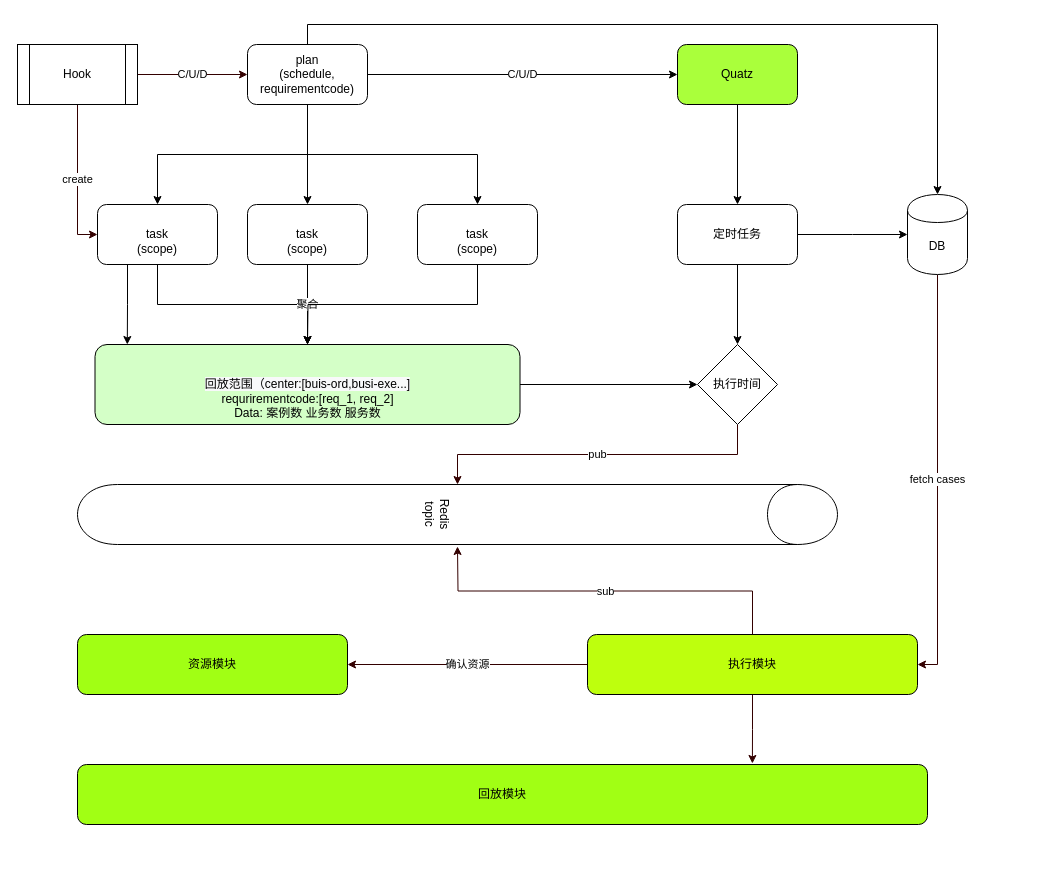
Above: 调度管理.drawio in mayi295940/diagrams (draw.io), before the change. Source tidied: cells renumbered, new cells numbered last; positions are measured from the earlier drawing's top-left corner, leaving out a move shared by most shapes. Both pictures are drawn from the tidied source at 100%, with x=0, y=0 at pixel (17, 44).
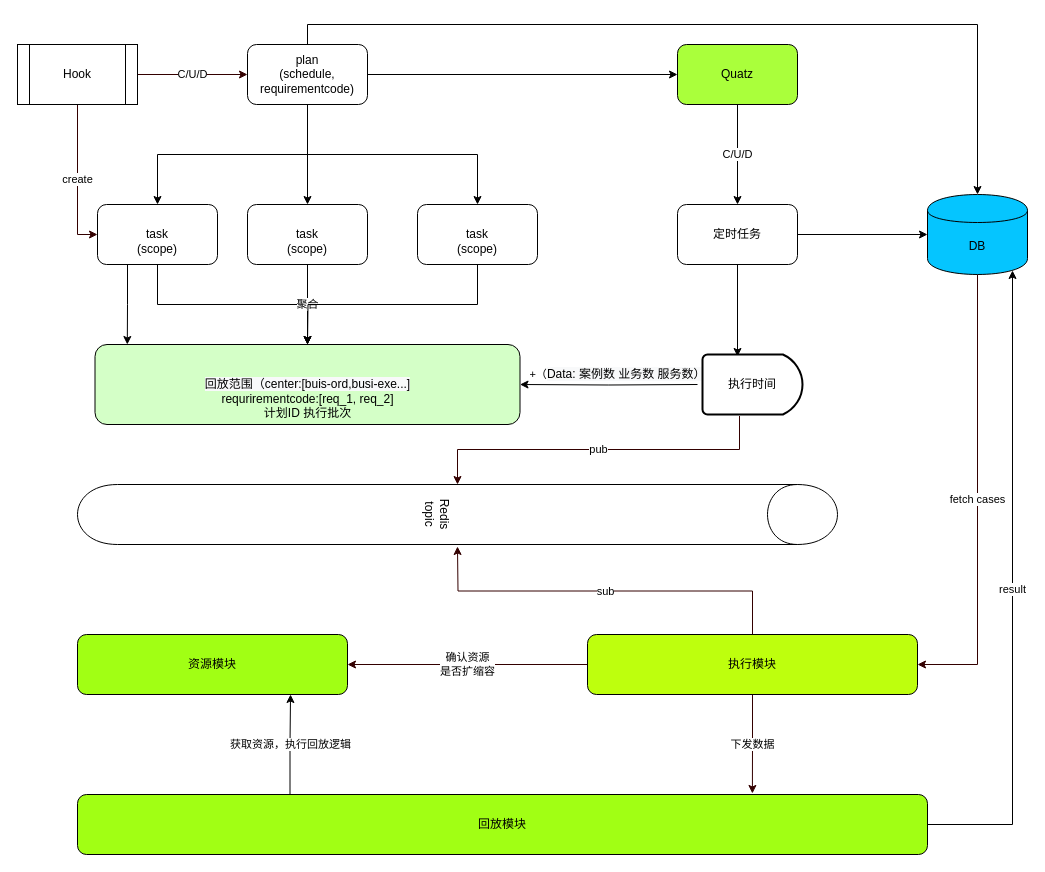
After the change.

Commit message:
已添加 调度管理.drawio

Unchanged cells that the change refers to:
```xml
<mxCell id="7" value="plan&lt;br&gt;(schedule, requirementcode)" style="rounded=1;whiteSpace=wrap;html=1;" parent="1" vertex="1">
  <mxGeometry x="230" width="120" height="60" as="geometry" />
</mxCell>
<mxCell id="21" value="Quatz" style="rounded=1;whiteSpace=wrap;html=1;fillColor=#AAFF3B;" parent="1" vertex="1">
  <mxGeometry x="660" width="120" height="60" as="geometry" />
</mxCell>
<mxCell id="24" value="定时任务" style="rounded=1;whiteSpace=wrap;html=1;" parent="1" vertex="1">
  <mxGeometry x="660" y="160" width="120" height="60" as="geometry" />
</mxCell>
<mxCell id="29" value="Redis topic" style="shape=cylinder;whiteSpace=wrap;html=1;boundedLbl=1;backgroundOutline=1;fillColor=#FFFFFF;rotation=90;" parent="1" vertex="1">
  <mxGeometry x="410" y="90" width="60" height="760" as="geometry" />
</mxCell>
<mxCell id="33" value="执行模块" style="rounded=1;whiteSpace=wrap;html=1;fillColor=#BEFF0D;" parent="1" vertex="1">
  <mxGeometry x="570" y="590" width="330" height="60" as="geometry" />
</mxCell>
<mxCell id="34" value="资源模块" style="rounded=1;whiteSpace=wrap;html=1;fillColor=#A1FF14;" parent="1" vertex="1">
  <mxGeometry x="60" y="590" width="270" height="60" as="geometry" />
</mxCell>
```

The edit, as a diff of the source:
```diff
@@
+    <mxCell id="6" style="edgeStyle=orthogonalEdgeStyle;rounded=0;jettySize=auto;html=1;exitX=0.5;exitY=0;exitDx=0;exitDy=0;entryX=0.5;entryY=0;entryDx=0;entryDy=0;" parent="1" edge="1" source="7" target="26">
+      <mxGeometry relative="1" as="geometry" />
+    </mxCell>
-    <mxCell id="5" value="C/U/D" style="edgeStyle=orthogonalEdgeStyle;rounded=0;jettySize=auto;html=1;exitX=1;exitY=0.5;exitDx=0;exitDy=0;" parent="1" edge="1" source="7" target="21">
+    <mxCell id="5" style="edgeStyle=orthogonalEdgeStyle;rounded=0;jettySize=auto;html=1;exitX=1;exitY=0.5;exitDx=0;exitDy=0;entryX=0;entryY=0.5;entryDx=0;entryDy=0;" parent="1" edge="1" source="7" target="21">
       <mxGeometry relative="1" as="geometry" />
     </mxCell>
-    <mxCell id="6" style="edgeStyle=orthogonalEdgeStyle;rounded=0;jettySize=auto;html=1;exitX=0.5;exitY=0;exitDx=0;exitDy=0;entryX=0.5;entryY=0;entryDx=0;entryDy=0;" parent="1" edge="1" source="7" target="26">
-      <mxGeometry relative="1" as="geometry" />
-    </mxCell>
@@
-    <mxCell id="15" style="edgeStyle=orthogonalEdgeStyle;rounded=0;jettySize=auto;html=1;exitX=1;exitY=0.5;exitDx=0;exitDy=0;entryX=0;entryY=0.5;entryDx=0;entryDy=0;" parent="1" edge="1" source="16" target="28">
-      <mxGeometry relative="1" as="geometry" />
-    </mxCell>
-    <mxCell id="16" value="&lt;br&gt;&lt;br&gt;&lt;span style=&quot;color: rgb(0 , 0 , 0) ; font-family: &amp;#34;helvetica&amp;#34; ; font-size: 12px ; font-style: normal ; font-weight: 400 ; letter-spacing: normal ; text-align: center ; text-indent: 0px ; text-transform: none ; word-spacing: 0px ; background-color: rgb(248 , 249 , 250) ; float: none ; display: inline&quot;&gt;回放范围（center:[buis-ord,busi-exe...]&lt;/span&gt;&lt;br&gt;requrirementcode:[req_1, req_2]&lt;br&gt;Data: 案例数 业务数 服务数" style="rounded=1;whiteSpace=wrap;html=1;fillColor=#D4FFC7;" parent="1" vertex="1">
+    <mxCell id="16" value="&lt;br&gt;&lt;br&gt;&lt;span style=&quot;color: rgb(0 , 0 , 0) ; font-family: &amp;#34;helvetica&amp;#34; ; font-size: 12px ; font-style: normal ; font-weight: 400 ; letter-spacing: normal ; text-align: center ; text-indent: 0px ; text-transform: none ; word-spacing: 0px ; background-color: rgb(248 , 249 , 250) ; float: none ; display: inline&quot;&gt;回放范围（center:[buis-ord,busi-exe...]&lt;/span&gt;&lt;br&gt;requrirementcode:[req_1, req_2]&lt;br&gt;计划ID 执行批次" style="rounded=1;whiteSpace=wrap;html=1;fillColor=#D4FFC7;" parent="1" vertex="1">
       <mxGeometry x="77.5" y="300" width="425" height="80" as="geometry" />
     </mxCell>
@@
-    <mxCell id="20" style="edgeStyle=orthogonalEdgeStyle;rounded=0;jettySize=auto;html=1;exitX=0.5;exitY=1;exitDx=0;exitDy=0;entryX=0.5;entryY=0;entryDx=0;entryDy=0;" parent="1" edge="1" source="21" target="24">
+    <mxCell id="20" value="C/U/D" style="edgeStyle=orthogonalEdgeStyle;rounded=0;jettySize=auto;html=1;exitX=0.5;exitY=1;exitDx=0;exitDy=0;entryX=0.5;entryY=0;entryDx=0;entryDy=0;" parent="1" edge="1" source="21" target="24">
       <mxGeometry relative="1" as="geometry" />
     </mxCell>
@@
-    <mxCell id="22" style="edgeStyle=orthogonalEdgeStyle;rounded=0;jettySize=auto;html=1;exitX=1;exitY=0.5;exitDx=0;exitDy=0;" parent="1" edge="1" source="24">
-      <mxGeometry relative="1" as="geometry">
-        <mxPoint x="890" y="190" as="targetPoint" />
-      </mxGeometry>
-    </mxCell>
+    <mxCell id="36" style="edgeStyle=orthogonalEdgeStyle;rounded=0;jettySize=auto;html=1;exitX=1;exitY=0.5;exitDx=0;exitDy=0;entryX=0;entryY=0.5;entryDx=0;entryDy=0;" parent="1" edge="1" source="24" target="26">
+      <mxGeometry relative="1" as="geometry" />
+    </mxCell>
-    <mxCell id="23" style="edgeStyle=orthogonalEdgeStyle;rounded=0;jettySize=auto;html=1;exitX=0.5;exitY=1;exitDx=0;exitDy=0;entryX=0.5;entryY=0;entryDx=0;entryDy=0;" parent="1" edge="1" source="24" target="28">
+    <mxCell id="23" style="edgeStyle=orthogonalEdgeStyle;rounded=0;jettySize=auto;html=1;exitX=0.5;exitY=1;exitDx=0;exitDy=0;entryX=0.35;entryY=0.033;entryDx=0;entryDy=0;entryPerimeter=0;" parent="1" edge="1" source="24" target="28">
       <mxGeometry relative="1" as="geometry" />
     </mxCell>
@@
-    <mxCell id="26" value="DB" style="shape=cylinder;whiteSpace=wrap;html=1;boundedLbl=1;backgroundOutline=1;" parent="1" vertex="1">
-      <mxGeometry x="890" y="150" width="60" height="80" as="geometry" />
+    <mxCell id="26" value="DB" style="shape=cylinder;whiteSpace=wrap;html=1;boundedLbl=1;backgroundOutline=1;fillColor=#05C5FF;" parent="1" vertex="1">
+      <mxGeometry x="910" y="150" width="100" height="80" as="geometry" />
     </mxCell>
-    <mxCell id="27" value="pub" style="edgeStyle=orthogonalEdgeStyle;rounded=0;jettySize=auto;html=1;exitX=0.5;exitY=1;exitDx=0;exitDy=0;strokeColor=#330000;" parent="1" edge="1" source="28" target="29">
+    <mxCell id="27" value="pub" style="edgeStyle=orthogonalEdgeStyle;rounded=0;jettySize=auto;html=1;exitX=0.37;exitY=1.025;exitDx=0;exitDy=0;strokeColor=#330000;exitPerimeter=0;" parent="1" edge="1" source="28" target="29">
       <mxGeometry relative="1" as="geometry" />
     </mxCell>
-    <mxCell id="28" value="执行时间" style="rhombus;whiteSpace=wrap;html=1;fillColor=#FFFFFF;" parent="1" vertex="1">
-      <mxGeometry x="680" y="300" width="80" height="80" as="geometry" />
-    </mxCell>
+    <mxCell id="37" value="+（&lt;span style=&quot;font-size: 12px ; background-color: rgb(248 , 249 , 250)&quot;&gt;Data: 案例数 业务数 服务数）&lt;/span&gt;" style="edgeStyle=orthogonalEdgeStyle;rounded=0;jettySize=auto;html=1;exitX=0;exitY=0.5;exitDx=0;exitDy=0;entryX=1;entryY=0.5;entryDx=0;entryDy=0;" parent="1" edge="1" target="16">
+      <mxGeometry x="-0.1" y="-10" relative="1" as="geometry">
+        <mxPoint x="680" y="340" as="sourcePoint" />
+      </mxGeometry>
+    </mxCell>
@@
-    <mxCell id="31" value="确认资源" style="edgeStyle=orthogonalEdgeStyle;rounded=0;jettySize=auto;html=1;exitX=0;exitY=0.5;exitDx=0;exitDy=0;entryX=1;entryY=0.5;entryDx=0;entryDy=0;strokeColor=#330000;" parent="1" edge="1" source="33" target="34">
+    <mxCell id="31" value="确认资源&lt;br&gt;是否扩缩容" style="edgeStyle=orthogonalEdgeStyle;rounded=0;jettySize=auto;html=1;exitX=0;exitY=0.5;exitDx=0;exitDy=0;entryX=1;entryY=0.5;entryDx=0;entryDy=0;strokeColor=#330000;" parent="1" edge="1" source="33" target="34">
       <mxGeometry relative="1" as="geometry" />
     </mxCell>
-    <mxCell id="32" style="edgeStyle=orthogonalEdgeStyle;rounded=0;jettySize=auto;html=1;exitX=0.5;exitY=1;exitDx=0;exitDy=0;entryX=0.794;entryY=-0.017;entryDx=0;entryDy=0;entryPerimeter=0;strokeColor=#330000;" parent="1" edge="1" source="33" target="35">
+    <mxCell id="32" value="下发数据" style="edgeStyle=orthogonalEdgeStyle;rounded=0;jettySize=auto;html=1;exitX=0.5;exitY=1;exitDx=0;exitDy=0;entryX=0.794;entryY=-0.017;entryDx=0;entryDy=0;entryPerimeter=0;strokeColor=#330000;" parent="1" edge="1" source="33" target="35">
       <mxGeometry relative="1" as="geometry" />
     </mxCell>
@@
+    <mxCell id="38" value="获取资源，执行回放逻辑" style="edgeStyle=orthogonalEdgeStyle;rounded=0;jettySize=auto;html=1;exitX=0.25;exitY=0;exitDx=0;exitDy=0;entryX=0.789;entryY=1;entryDx=0;entryDy=0;entryPerimeter=0;" parent="1" edge="1" source="35" target="34">
+      <mxGeometry relative="1" as="geometry" />
+    </mxCell>
+    <mxCell id="39" value="result" style="edgeStyle=orthogonalEdgeStyle;rounded=0;jettySize=auto;html=1;exitX=1;exitY=0.5;exitDx=0;exitDy=0;entryX=0.85;entryY=0.95;entryDx=0;entryDy=0;entryPerimeter=0;" parent="1" edge="1" source="35" target="26">
+      <mxGeometry relative="1" as="geometry" />
+    </mxCell>
     <mxCell id="35" value="回放模块" style="rounded=1;whiteSpace=wrap;html=1;fillColor=#A1FF14;" parent="1" vertex="1">
-      <mxGeometry x="60" y="720" width="850" height="60" as="geometry" />
+      <mxGeometry x="60" y="750" width="850" height="60" as="geometry" />
     </mxCell>
+    <mxCell id="28" value="执行时间" style="strokeWidth=2;html=1;shape=mxgraph.flowchart.delay;whiteSpace=wrap;fillColor=#FFFFFF;" parent="1" vertex="1">
+      <mxGeometry x="685" y="310" width="100" height="60" as="geometry" />
+    </mxCell>
```
